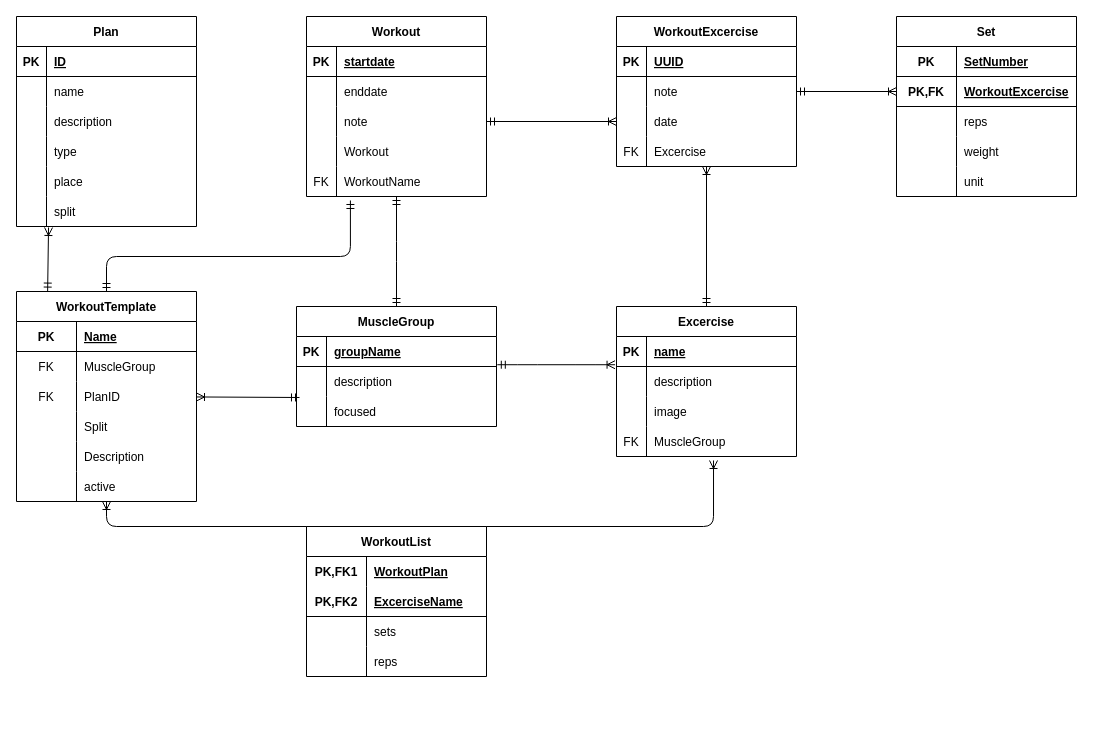
Before: documentation/erm.drawio in Patsch36/SweatFlix, a draw.io diagram. Source tidied: cells renumbered, new cells numbered last; positions are measured from the earlier drawing's top-left corner, leaving out a move shared by most shapes. Both pictures are drawn from the tidied source at 100%, with x=0, y=0 at pixel (16, 16).
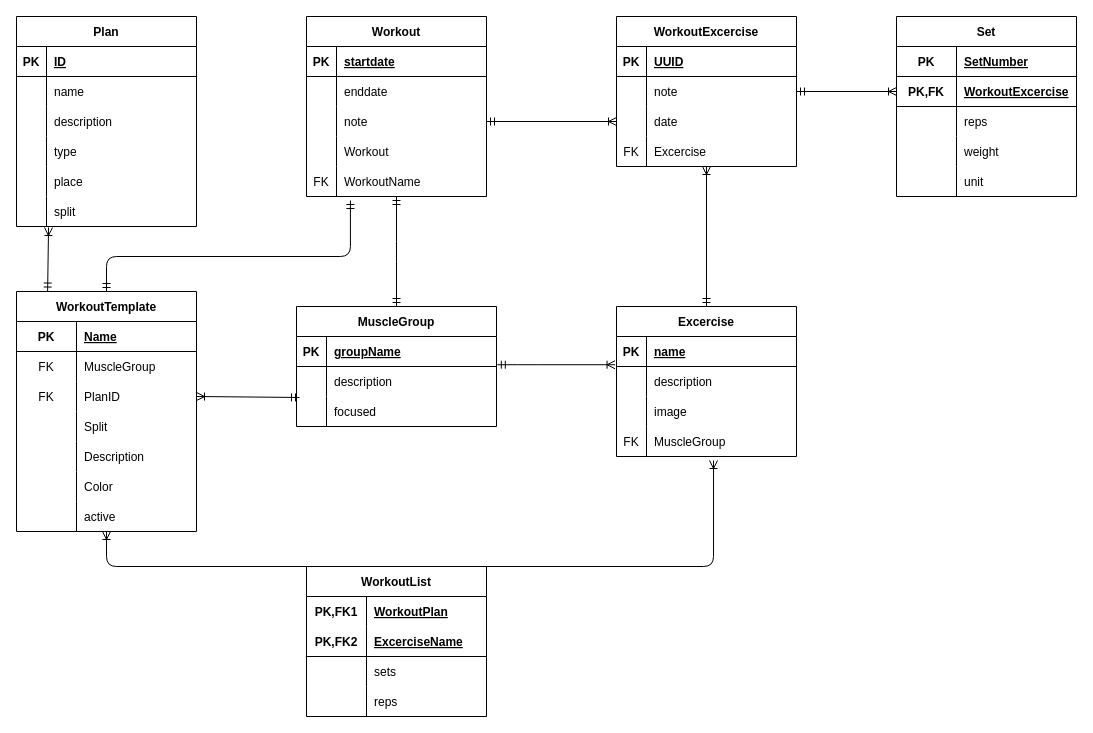
The same diagram, later.

Commit message:
add: colorproperty to erm

Unchanged cells that the change refers to:
```xml
<mxCell id="47" style="shape=tableRow;horizontal=0;startSize=0;swimlaneHead=0;swimlaneBody=0;fillColor=none;points=[[0,0.5],[1,0.5]];portConstraint=eastwest;top=0;left=0;right=0;bottom=0;" parent="40" vertex="1">
  <mxGeometry y="90" width="200" height="30" as="geometry" />
</mxCell>
<mxCell id="61" style="shape=tableRow;horizontal=0;startSize=0;swimlaneHead=0;swimlaneBody=0;fillColor=none;points=[[0,0.5],[1,0.5]];portConstraint=eastwest;top=0;left=0;right=0;bottom=0;" parent="51" vertex="1">
  <mxGeometry y="120" width="180" height="30" as="geometry" />
</mxCell>
<mxCell id="107" style="shape=tableRow;horizontal=0;startSize=0;swimlaneHead=0;swimlaneBody=0;fillColor=none;points=[[0,0.5],[1,0.5]];portConstraint=eastwest;top=0;left=0;right=0;bottom=0;" parent="100" vertex="1">
  <mxGeometry y="90" width="180" height="30" as="geometry" />
</mxCell>
```

Diff of the diagram source:
```diff
@@
     <mxCell id="97" style="edgeStyle=elbowEdgeStyle;elbow=vertical;html=1;entryX=0.539;entryY=1.133;entryDx=0;entryDy=0;entryPerimeter=0;startArrow=ERoneToMany;startFill=0;endArrow=ERoneToMany;endFill=0;" parent="1" edge="1" source="100" target="61">
       <mxGeometry relative="1" as="geometry">
         <Array as="points">
+          <mxPoint x="330" y="550" />
           <mxPoint x="390" y="510" />
         </Array>
       </mxGeometry>
     </mxCell>
@@
-    <mxCell id="99" style="edgeStyle=none;html=1;entryX=0.015;entryY=0.033;entryDx=0;entryDy=0;entryPerimeter=0;startArrow=ERoneToMany;startFill=0;endArrow=ERmandOne;endFill=0;" parent="1" edge="1" source="100" target="47">
+    <mxCell id="99" style="edgeStyle=none;html=1;entryX=0.015;entryY=0.033;entryDx=0;entryDy=0;entryPerimeter=0;startArrow=ERoneToMany;startFill=0;endArrow=ERmandOne;endFill=0;exitX=1;exitY=0.5;exitDx=0;exitDy=0;" parent="1" edge="1" source="107" target="47">
       <mxGeometry relative="1" as="geometry" />
     </mxCell>
     <mxCell id="100" value="WorkoutTemplate" style="shape=table;startSize=30;childLayout=tableLayout;rowLines=0;fontStyle=1;align=center;" parent="1" vertex="1">
-      <mxGeometry y="275" width="180" height="210" as="geometry" />
+      <mxGeometry y="275" width="180" height="240" as="geometry" />
     </mxCell>
@@
+    <mxCell id="132" style="shape=tableRow;horizontal=0;startSize=0;swimlaneHead=0;swimlaneBody=0;fillColor=none;top=0;left=0;right=0;bottom=0;" parent="100" vertex="1">
+      <mxGeometry y="180" width="180" height="30" as="geometry" />
+    </mxCell>
+    <mxCell id="133" style="shape=partialRectangle;fillColor=none;top=0;left=0;bottom=0;right=0;overflow=hidden;" parent="132" vertex="1">
+      <mxGeometry width="60" height="30" as="geometry" />
+    </mxCell>
+    <mxCell id="134" value="Color" style="shape=partialRectangle;fillColor=none;top=0;left=0;bottom=0;right=0;align=left;spacingLeft=6;overflow=hidden;" parent="132" vertex="1">
+      <mxGeometry x="60" width="120" height="30" as="geometry" />
+    </mxCell>
     <mxCell id="116" style="shape=tableRow;horizontal=0;startSize=0;swimlaneHead=0;swimlaneBody=0;fillColor=none;top=0;left=0;right=0;bottom=0;" parent="100" vertex="1">
-      <mxGeometry y="180" width="180" height="30" as="geometry" />
+      <mxGeometry y="210" width="180" height="30" as="geometry" />
     </mxCell>
@@
     <mxCell id="119" value="WorkoutList" style="shape=table;startSize=30;childLayout=tableLayout;rowLines=0;fontStyle=1;align=center;" parent="1" vertex="1">
-      <mxGeometry x="290" y="510" width="180" height="150" as="geometry" />
+      <mxGeometry x="290" y="550" width="180" height="150" as="geometry" />
     </mxCell>
```
